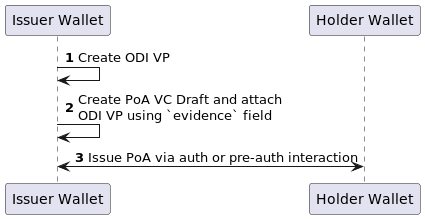
Above: poa-odi-verification/poa_issuance_embedded_odi.png in cklugow/EBSI-VECTOR-Task-3.3 (PlantUML), before the change.
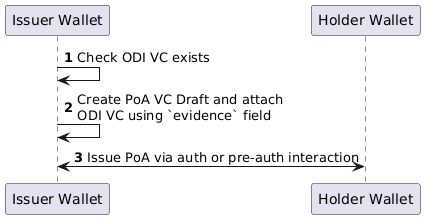
Above is the later version.

Commit message:
suggestion for embedded ODI

What changed in the source:
```diff
@@ -2,8 +2,7 @@
 
 autonumber
 
-"Issuer Wallet" -> "Issuer Wallet": Create ODI VP
-"Issuer Wallet" -> "Issuer Wallet": Create PoA VC Draft and attach\nODI VP using `evidence` field
+"Issuer Wallet" -> "Issuer Wallet": Check ODI VC exists
+"Issuer Wallet" -> "Issuer Wallet": Create PoA VC Draft and attach\nODI VC using `evidence` field
 "Issuer Wallet" <-> "Holder Wallet": Issue PoA via auth or pre-auth interaction
-
 @enduml
```
